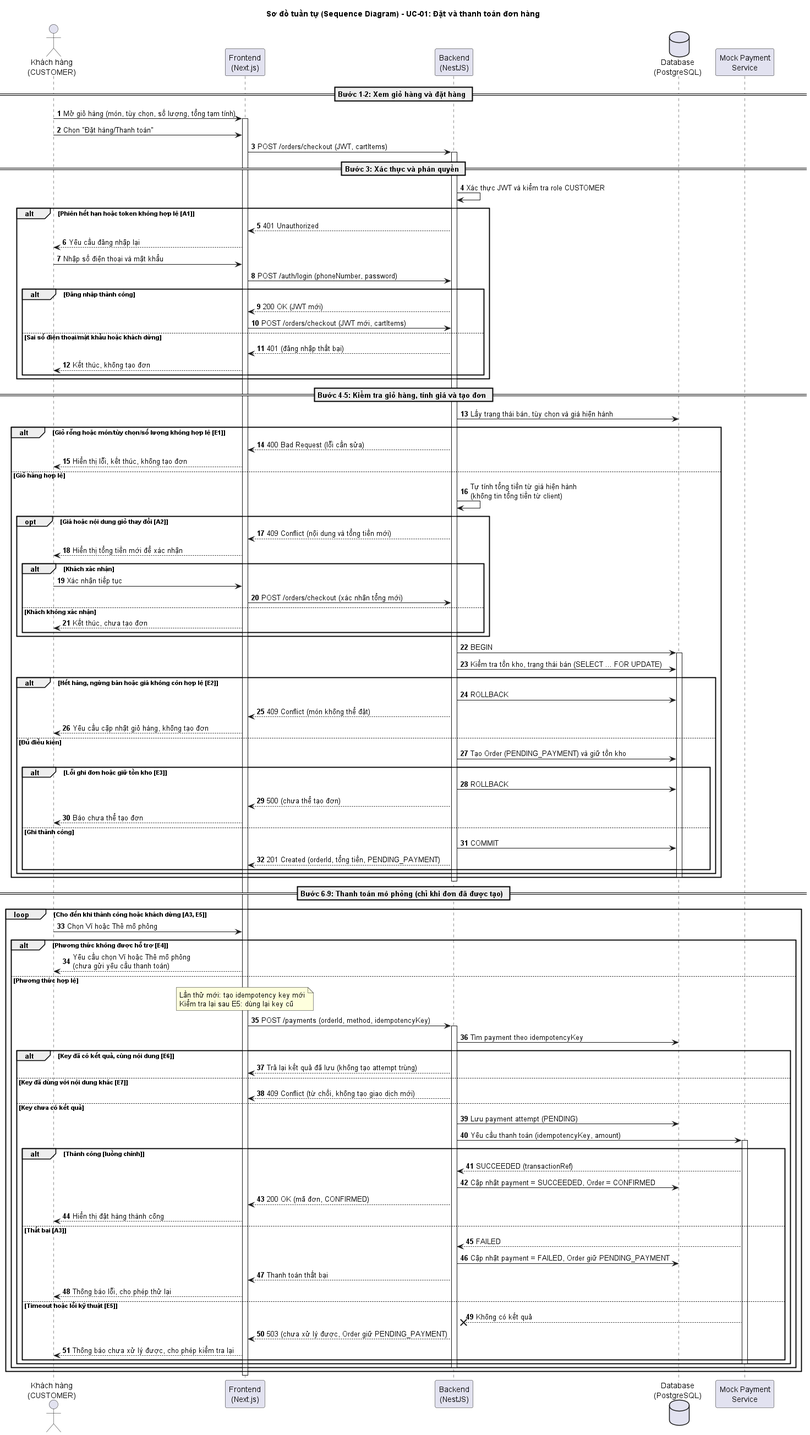
Earlier version of the PlantUML export docs/diagrams/exports/Sequence_Order_Checkout.png (nguyenmintam23-z/BrewLite).
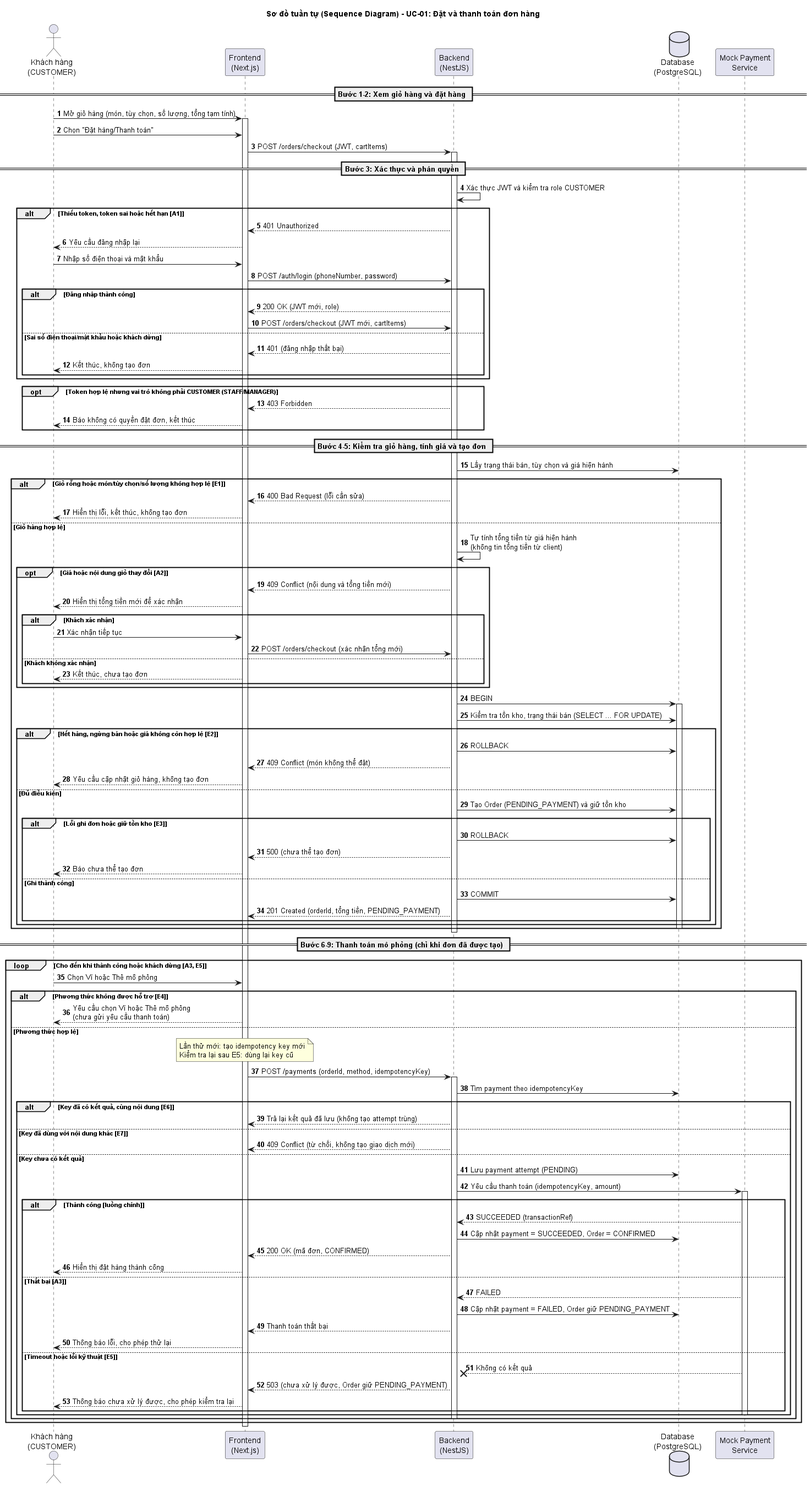
After the commit.

The edit, as a diff of the source:
```diff
@@ -20,18 +20,22 @@
 
 == Bước 3: Xác thực và phân quyền ==
 BE -> BE: Xác thực JWT và kiểm tra role CUSTOMER
-alt Phiên hết hạn hoặc token không hợp lệ [A1]
+alt Thiếu token, token sai hoặc hết hạn [A1]
     BE --> FE: 401 Unauthorized
     FE --> Customer: Yêu cầu đăng nhập lại
     Customer -> FE: Nhập số điện thoại và mật khẩu
     FE -> BE: POST /auth/login (phoneNumber, password)
     alt Đăng nhập thành công
-        BE --> FE: 200 OK (JWT mới)
+        BE --> FE: 200 OK (JWT mới, role)
         FE -> BE: POST /orders/checkout (JWT mới, cartItems)
     else Sai số điện thoại/mật khẩu hoặc khách dừng
         BE --> FE: 401 (đăng nhập thất bại)
         FE --> Customer: Kết thúc, không tạo đơn
     end
+end
+opt Token hợp lệ nhưng vai trò không phải CUSTOMER (STAFF/MANAGER)
+    BE --> FE: 403 Forbidden
+    FE --> Customer: Báo không có quyền đặt đơn, kết thúc
 end
 
 == Bước 4-5: Kiểm tra giỏ hàng, tính giá và tạo đơn ==
```
